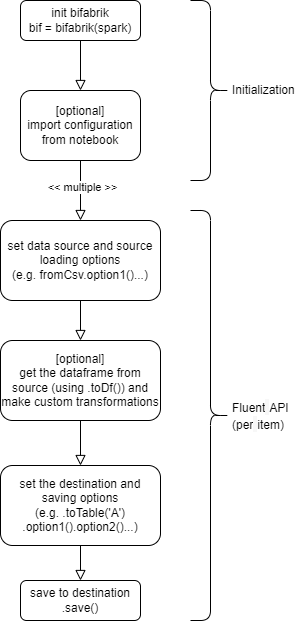
Above: docs/bifabrik_arch2.drawio.png in rjankovic/bifabrik (draw.io), before the change. Source tidied: cells renumbered, new cells last; positions are measured from the earlier drawing's top-left corner, leaving out a move shared by most shapes.
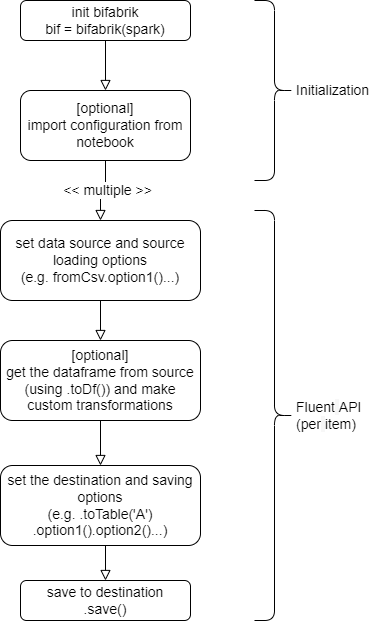
The same diagram one commit later.

What changed in the source:
```diff
@@ -2,47 +2,47 @@
   <root>
     <mxCell id="0" />
     <mxCell id="1" parent="0" />
-    <mxCell id="2" style="rounded=0;html=1;jettySize=auto;fontSize=11;endArrow=block;endFill=0;endSize=8;strokeWidth=1;shadow=0;labelBackgroundColor=none;edgeStyle=orthogonalEdgeStyle;entryX=0.5;entryY=0;entryDx=0;entryDy=0;" parent="1" edge="1" source="3" target="4">
+    <mxCell id="2" style="rounded=0;html=1;jettySize=auto;fontSize=14;endArrow=block;endFill=0;endSize=8;strokeWidth=1;shadow=0;labelBackgroundColor=none;edgeStyle=orthogonalEdgeStyle;entryX=0.5;entryY=0;entryDx=0;entryDy=0;" parent="1" edge="1" source="3" target="4">
       <mxGeometry relative="1" as="geometry" />
     </mxCell>
-    <mxCell id="3" value="init bifabrik&lt;br&gt;bif = bifabrik(spark)" style="rounded=1;whiteSpace=wrap;html=1;fontSize=12;glass=0;strokeWidth=1;shadow=0;" parent="1" vertex="1">
-      <mxGeometry x="20" width="120" height="40" as="geometry" />
+    <mxCell id="3" value="init bifabrik&lt;br style=&quot;font-size: 14px;&quot;&gt;bif = bifabrik(spark)" style="rounded=1;whiteSpace=wrap;html=1;fontSize=14;glass=0;strokeWidth=1;shadow=0;" parent="1" vertex="1">
+      <mxGeometry x="20" width="170" height="40" as="geometry" />
     </mxCell>
-    <mxCell id="4" value="[optional]&lt;br&gt;import configuration from notebook" style="rounded=1;whiteSpace=wrap;html=1;fontSize=12;glass=0;strokeWidth=1;shadow=0;" parent="1" vertex="1">
-      <mxGeometry x="20" y="90" width="120" height="70" as="geometry" />
+    <mxCell id="4" value="[optional]&lt;br style=&quot;font-size: 14px;&quot;&gt;import configuration from notebook" style="rounded=1;whiteSpace=wrap;html=1;fontSize=14;glass=0;strokeWidth=1;shadow=0;" parent="1" vertex="1">
+      <mxGeometry x="20" y="90" width="170" height="70" as="geometry" />
     </mxCell>
-    <mxCell id="5" value="set data source and source loading options&lt;br&gt;(e.g. fromCsv.option1()...)" style="rounded=1;whiteSpace=wrap;html=1;fontSize=12;glass=0;strokeWidth=1;shadow=0;" parent="1" vertex="1">
-      <mxGeometry y="220" width="160" height="80" as="geometry" />
+    <mxCell id="5" value="set data source and source loading options&lt;br style=&quot;font-size: 14px;&quot;&gt;(e.g. fromCsv.option1()...)" style="rounded=1;whiteSpace=wrap;html=1;fontSize=14;glass=0;strokeWidth=1;shadow=0;" parent="1" vertex="1">
+      <mxGeometry y="220" width="200" height="80" as="geometry" />
     </mxCell>
-    <mxCell id="6" style="rounded=0;html=1;jettySize=auto;fontSize=11;endArrow=block;endFill=0;endSize=8;strokeWidth=1;shadow=0;labelBackgroundColor=none;edgeStyle=orthogonalEdgeStyle;entryX=0.5;entryY=0;entryDx=0;entryDy=0;exitX=0.5;exitY=1;exitDx=0;exitDy=0;" parent="1" edge="1" source="4" target="5">
+    <mxCell id="6" style="rounded=0;html=1;jettySize=auto;fontSize=14;endArrow=block;endFill=0;endSize=8;strokeWidth=1;shadow=0;labelBackgroundColor=none;edgeStyle=orthogonalEdgeStyle;entryX=0.5;entryY=0;entryDx=0;entryDy=0;exitX=0.5;exitY=1;exitDx=0;exitDy=0;" parent="1" edge="1" source="4" target="5">
       <mxGeometry relative="1" as="geometry" />
     </mxCell>
-    <mxCell id="7" value="&amp;lt;&amp;lt; multiple &amp;gt;&amp;gt;" style="edgeLabel;html=1;align=center;verticalAlign=middle;" parent="6" vertex="1">
+    <mxCell id="7" value="&amp;lt;&amp;lt; multiple &amp;gt;&amp;gt;" style="edgeLabel;html=1;align=center;verticalAlign=middle;fontSize=14;" parent="6" vertex="1">
       <mxGeometry x="-0.12" y="1" relative="1" as="geometry" />
     </mxCell>
-    <mxCell id="8" value="[optional]&lt;br&gt;get the dataframe from source (using .toDf()) and make custom transformations" style="rounded=1;whiteSpace=wrap;html=1;fontSize=12;glass=0;strokeWidth=1;shadow=0;" parent="1" vertex="1">
-      <mxGeometry y="340" width="160" height="80" as="geometry" />
+    <mxCell id="8" value="[optional]&lt;br style=&quot;font-size: 14px;&quot;&gt;get the dataframe from source (using .toDf()) and make custom transformations" style="rounded=1;whiteSpace=wrap;html=1;fontSize=14;glass=0;strokeWidth=1;shadow=0;" parent="1" vertex="1">
+      <mxGeometry y="340" width="200" height="80" as="geometry" />
     </mxCell>
-    <mxCell id="9" style="rounded=0;html=1;jettySize=auto;fontSize=11;endArrow=block;endFill=0;endSize=8;strokeWidth=1;shadow=0;labelBackgroundColor=none;edgeStyle=orthogonalEdgeStyle;entryX=0.5;entryY=0;entryDx=0;entryDy=0;exitX=0.5;exitY=1;exitDx=0;exitDy=0;" parent="1" edge="1" source="5" target="8">
+    <mxCell id="9" style="rounded=0;html=1;jettySize=auto;fontSize=14;endArrow=block;endFill=0;endSize=8;strokeWidth=1;shadow=0;labelBackgroundColor=none;edgeStyle=orthogonalEdgeStyle;entryX=0.5;entryY=0;entryDx=0;entryDy=0;exitX=0.5;exitY=1;exitDx=0;exitDy=0;" parent="1" edge="1" source="5" target="8">
       <mxGeometry relative="1" as="geometry" />
     </mxCell>
-    <mxCell id="10" value="set the destination and saving options&lt;br&gt;(e.g. .toTable('A')&lt;br&gt;.option1().option2()...)" style="rounded=1;whiteSpace=wrap;html=1;fontSize=12;glass=0;strokeWidth=1;shadow=0;" parent="1" vertex="1">
-      <mxGeometry y="465" width="160" height="80" as="geometry" />
+    <mxCell id="10" value="set the destination and saving options&lt;br style=&quot;font-size: 14px;&quot;&gt;(e.g. .toTable('A')&lt;br style=&quot;font-size: 14px;&quot;&gt;.option1().option2()...)" style="rounded=1;whiteSpace=wrap;html=1;fontSize=14;glass=0;strokeWidth=1;shadow=0;" parent="1" vertex="1">
+      <mxGeometry y="465" width="200" height="80" as="geometry" />
     </mxCell>
-    <mxCell id="11" style="rounded=0;html=1;jettySize=auto;fontSize=11;endArrow=block;endFill=0;endSize=8;strokeWidth=1;shadow=0;labelBackgroundColor=none;edgeStyle=orthogonalEdgeStyle;entryX=0.5;entryY=0;entryDx=0;entryDy=0;exitX=0.5;exitY=1;exitDx=0;exitDy=0;" parent="1" edge="1" source="8" target="10">
+    <mxCell id="11" style="rounded=0;html=1;jettySize=auto;fontSize=14;endArrow=block;endFill=0;endSize=8;strokeWidth=1;shadow=0;labelBackgroundColor=none;edgeStyle=orthogonalEdgeStyle;entryX=0.5;entryY=0;entryDx=0;entryDy=0;exitX=0.5;exitY=1;exitDx=0;exitDy=0;" parent="1" edge="1" source="8" target="10">
       <mxGeometry relative="1" as="geometry" />
     </mxCell>
-    <mxCell id="12" value="save to destination&lt;br&gt;.save()" style="rounded=1;whiteSpace=wrap;html=1;fontSize=12;glass=0;strokeWidth=1;shadow=0;" parent="1" vertex="1">
-      <mxGeometry x="20" y="580" width="120" height="40" as="geometry" />
+    <mxCell id="12" value="save to destination&lt;br style=&quot;font-size: 14px;&quot;&gt;.save()" style="rounded=1;whiteSpace=wrap;html=1;fontSize=14;glass=0;strokeWidth=1;shadow=0;" parent="1" vertex="1">
+      <mxGeometry x="20" y="580" width="170" height="40" as="geometry" />
     </mxCell>
-    <mxCell id="13" style="rounded=0;html=1;jettySize=auto;fontSize=11;endArrow=block;endFill=0;endSize=8;strokeWidth=1;shadow=0;labelBackgroundColor=none;edgeStyle=orthogonalEdgeStyle;entryX=0.5;entryY=0;entryDx=0;entryDy=0;exitX=0.5;exitY=1;exitDx=0;exitDy=0;" parent="1" edge="1" source="10" target="12">
+    <mxCell id="13" style="rounded=0;html=1;jettySize=auto;fontSize=14;endArrow=block;endFill=0;endSize=8;strokeWidth=1;shadow=0;labelBackgroundColor=none;edgeStyle=orthogonalEdgeStyle;entryX=0.5;entryY=0;entryDx=0;entryDy=0;exitX=0.5;exitY=1;exitDx=0;exitDy=0;" parent="1" edge="1" source="10" target="12">
       <mxGeometry relative="1" as="geometry" />
     </mxCell>
-    <mxCell id="14" value="&lt;div style=&quot;&quot;&gt;Fluent&lt;span style=&quot;color: rgb(32, 33, 34); font-family: sans-serif; font-size: 14px; background-color: rgb(247, 247, 247);&quot;&gt;&amp;nbsp;&lt;/span&gt;API (per&lt;span style=&quot;color: rgb(32, 33, 34); font-family: sans-serif; font-size: 14px; background-color: rgb(247, 247, 247);&quot;&gt;&amp;nbsp;&lt;/span&gt;&lt;span style=&quot;background-color: initial;&quot;&gt;item)&lt;/span&gt;&lt;/div&gt;" style="shape=curlyBracket;whiteSpace=wrap;html=1;rounded=1;flipH=1;labelPosition=right;verticalLabelPosition=middle;align=left;verticalAlign=middle;" parent="1" vertex="1">
-      <mxGeometry x="190" y="210" width="40" height="410" as="geometry" />
+    <mxCell id="14" value="&lt;div style=&quot;font-size: 14px;&quot;&gt;Fluent&lt;span style=&quot;color: rgb(32, 33, 34); font-family: sans-serif; font-size: 14px; background-color: rgb(247, 247, 247);&quot;&gt;&amp;nbsp;&lt;/span&gt;API (per&lt;span style=&quot;color: rgb(32, 33, 34); font-family: sans-serif; font-size: 14px; background-color: rgb(247, 247, 247);&quot;&gt;&amp;nbsp;&lt;/span&gt;&lt;span style=&quot;background-color: initial; font-size: 14px;&quot;&gt;item)&lt;/span&gt;&lt;/div&gt;" style="shape=curlyBracket;whiteSpace=wrap;html=1;rounded=1;flipH=1;labelPosition=right;verticalLabelPosition=middle;align=left;verticalAlign=middle;fontSize=14;" parent="1" vertex="1">
+      <mxGeometry x="254" y="210" width="40" height="410" as="geometry" />
     </mxCell>
-    <mxCell id="15" value="Initialization" style="shape=curlyBracket;whiteSpace=wrap;html=1;rounded=1;flipH=1;labelPosition=right;verticalLabelPosition=middle;align=left;verticalAlign=middle;" parent="1" vertex="1">
-      <mxGeometry x="190" width="40" height="180" as="geometry" />
+    <mxCell id="15" value="Initialization" style="shape=curlyBracket;whiteSpace=wrap;html=1;rounded=1;flipH=1;labelPosition=right;verticalLabelPosition=middle;align=left;verticalAlign=middle;fontSize=14;" parent="1" vertex="1">
+      <mxGeometry x="254" width="40" height="180" as="geometry" />
     </mxCell>
   </root>
 </mxGraphModel>
```
